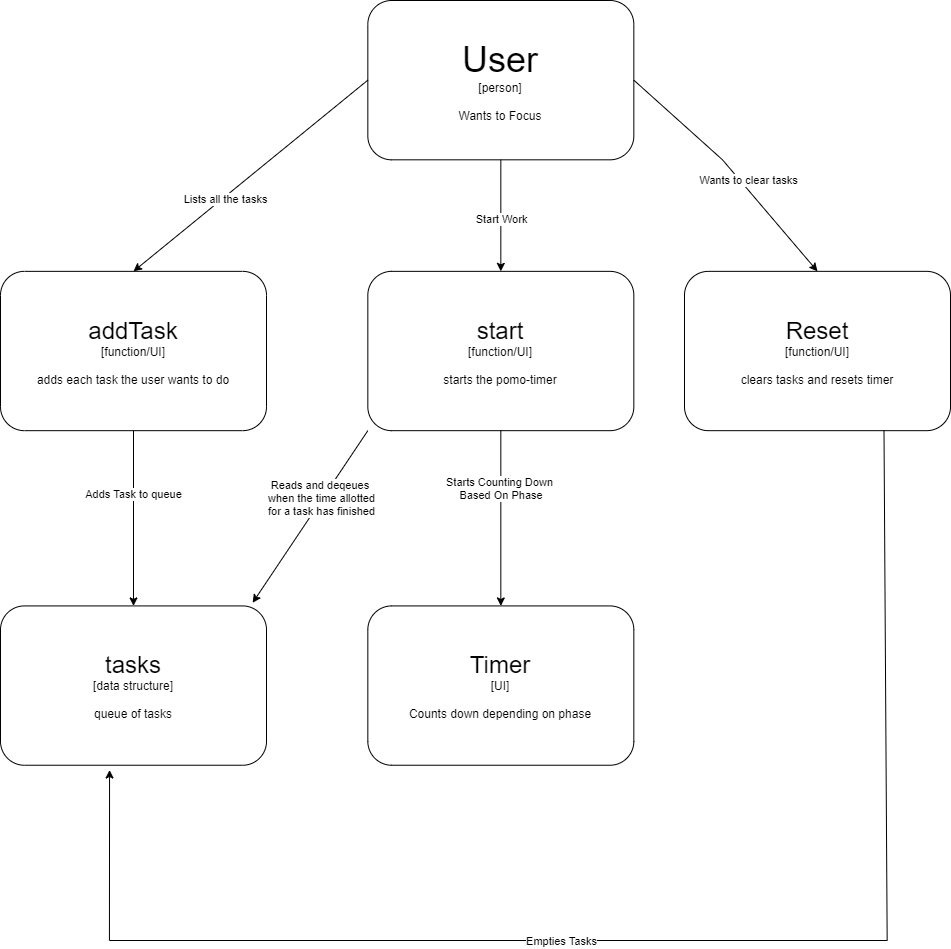
The draw.io diagram specs/brainstorm/C4.drawio.png in AlexisChen99/cse110-w21-group4, before a commit. Source tidied: cells renumbered, new cells last; positions are measured from the earlier drawing's top-left corner, leaving out a move shared by most shapes.
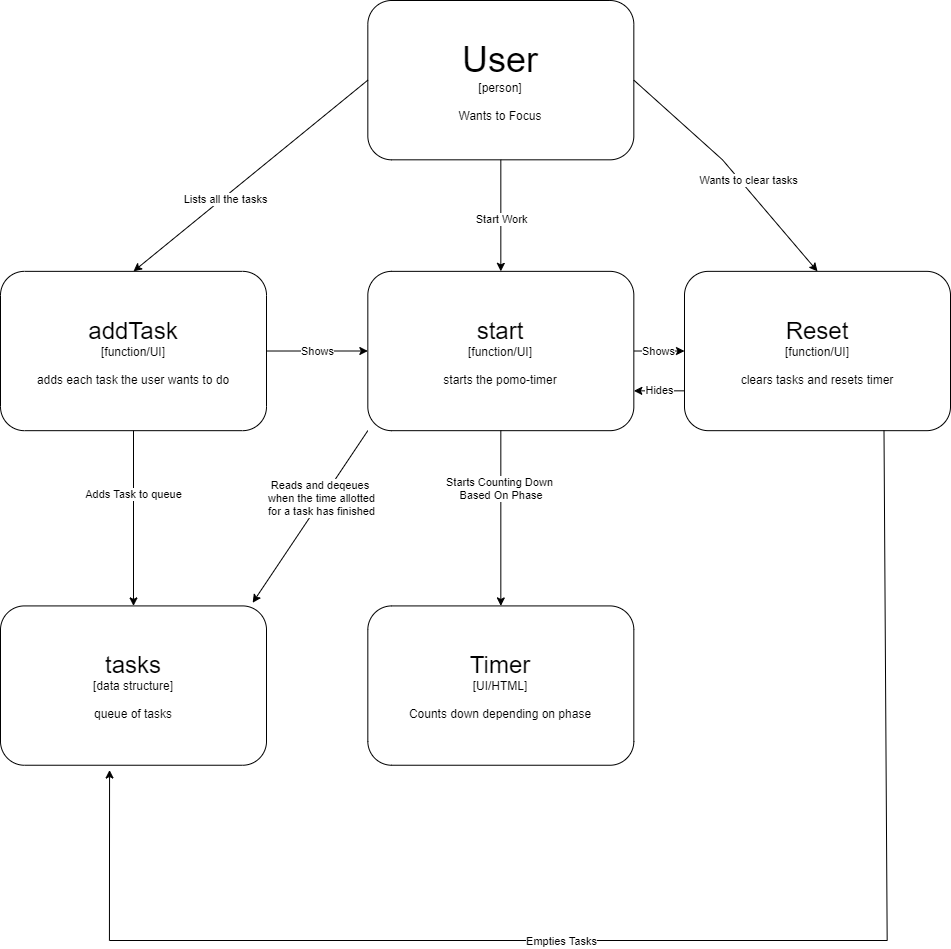
The same file after the commit.

What changed in the source:
```diff
@@ -8,6 +8,9 @@
     <mxCell id="3" value="&lt;font style=&quot;font-size: 36px&quot;&gt;User&lt;/font&gt;&lt;br&gt;[person]&lt;br&gt;&lt;br&gt;Wants to Focus" style="rounded=1;whiteSpace=wrap;html=1;" parent="2" vertex="1">
       <mxGeometry x="367.3" width="266" height="159.3" as="geometry" />
     </mxCell>
+    <mxCell id="22" value="Shows" style="edgeStyle=orthogonalEdgeStyle;rounded=0;jettySize=auto;html=1;exitX=1;exitY=0.5;exitDx=0;exitDy=0;" parent="2" edge="1" source="4" target="7">
+      <mxGeometry relative="1" as="geometry" />
+    </mxCell>
     <mxCell id="4" value="&lt;font style=&quot;font-size: 24px&quot;&gt;addTask&lt;/font&gt;&lt;br&gt;[function/UI]&lt;br&gt;&lt;br&gt;adds each task the user wants to do" style="rounded=1;whiteSpace=wrap;html=1;" parent="2" vertex="1">
       <mxGeometry y="270.8" width="266" height="159.3" as="geometry" />
     </mxCell>
@@ -17,6 +20,9 @@
     <mxCell id="6" value="Lists all the tasks" style="edgeLabel;html=1;align=center;verticalAlign=middle;" parent="5" vertex="1">
       <mxGeometry x="0.23" y="2" relative="1" as="geometry" />
     </mxCell>
+    <mxCell id="23" value="Shows" style="edgeStyle=orthogonalEdgeStyle;rounded=0;jettySize=auto;html=1;exitX=1;exitY=0.5;exitDx=0;exitDy=0;entryX=0;entryY=0.5;entryDx=0;entryDy=0;" parent="2" edge="1" source="7" target="10">
+      <mxGeometry relative="1" as="geometry" />
+    </mxCell>
     <mxCell id="7" value="&lt;font style=&quot;font-size: 24px&quot;&gt;start&lt;/font&gt;&lt;br&gt;[function/UI]&lt;br&gt;&lt;br&gt;starts the pomo-timer" style="rounded=1;whiteSpace=wrap;html=1;" parent="2" vertex="1">
       <mxGeometry x="367.3" y="270.8" width="266" height="159.3" as="geometry" />
     </mxCell>
@@ -28,6 +34,9 @@
         <mxPoint y="-18" as="offset" />
       </mxGeometry>
     </mxCell>
+    <mxCell id="24" value="Hides" style="edgeStyle=orthogonalEdgeStyle;rounded=0;jettySize=auto;html=1;exitX=0;exitY=0.75;exitDx=0;exitDy=0;entryX=1;entryY=0.75;entryDx=0;entryDy=0;" parent="2" edge="1" source="10" target="7">
+      <mxGeometry relative="1" as="geometry" />
+    </mxCell>
     <mxCell id="10" value="&lt;font style=&quot;font-size: 24px&quot;&gt;Reset&lt;/font&gt;&lt;br&gt;[function/UI]&lt;br&gt;&lt;br&gt;clears tasks and resets timer" style="rounded=1;whiteSpace=wrap;html=1;" parent="2" vertex="1">
       <mxGeometry x="684" y="270.8" width="266" height="159.3" as="geometry" />
     </mxCell>
@@ -67,7 +76,7 @@
         <mxPoint x="-10" y="-3" as="offset" />
       </mxGeometry>
     </mxCell>
-    <mxCell id="19" value="&lt;font style=&quot;font-size: 24px&quot;&gt;Timer&lt;/font&gt;&lt;br&gt;[UI]&lt;br&gt;&lt;br&gt;Counts down depending on phase" style="rounded=1;whiteSpace=wrap;html=1;" parent="2" vertex="1">
+    <mxCell id="19" value="&lt;font style=&quot;font-size: 24px&quot;&gt;Timer&lt;/font&gt;&lt;br&gt;[UI/HTML]&lt;br&gt;&lt;br&gt;Counts down depending on phase" style="rounded=1;whiteSpace=wrap;html=1;" parent="2" vertex="1">
       <mxGeometry x="367.3" y="605.4" width="266" height="159.3" as="geometry" />
     </mxCell>
     <mxCell id="20" style="edgeStyle=none;rounded=0;jettySize=auto;html=1;exitX=0.5;exitY=1;exitDx=0;exitDy=0;entryX=0.5;entryY=0;entryDx=0;entryDy=0;" parent="2" edge="1" source="7" target="19">
```
